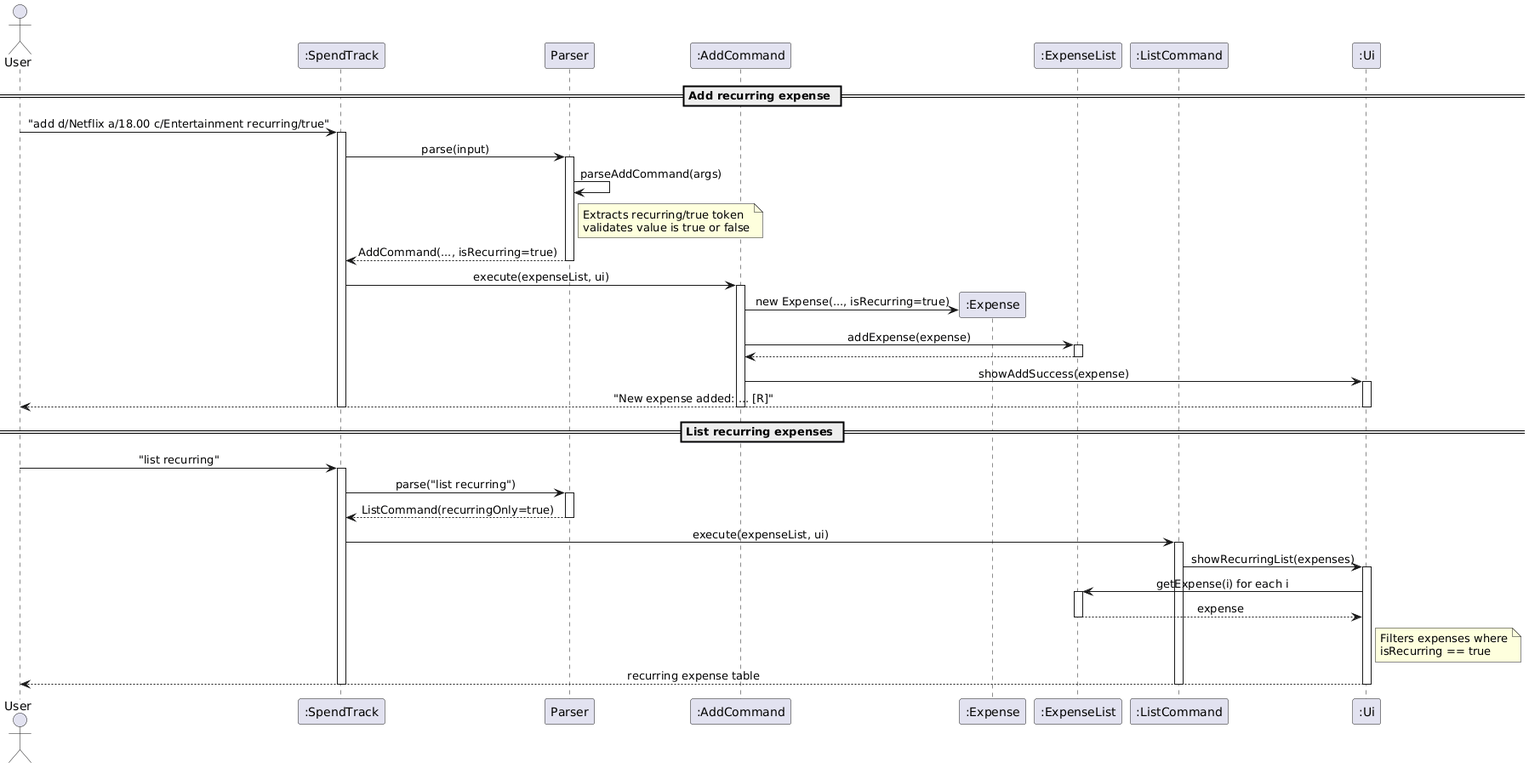
Earlier version of the PlantUML export docs/images/RecurringExpenseSequence.png (AbhijitBalajee/tp).
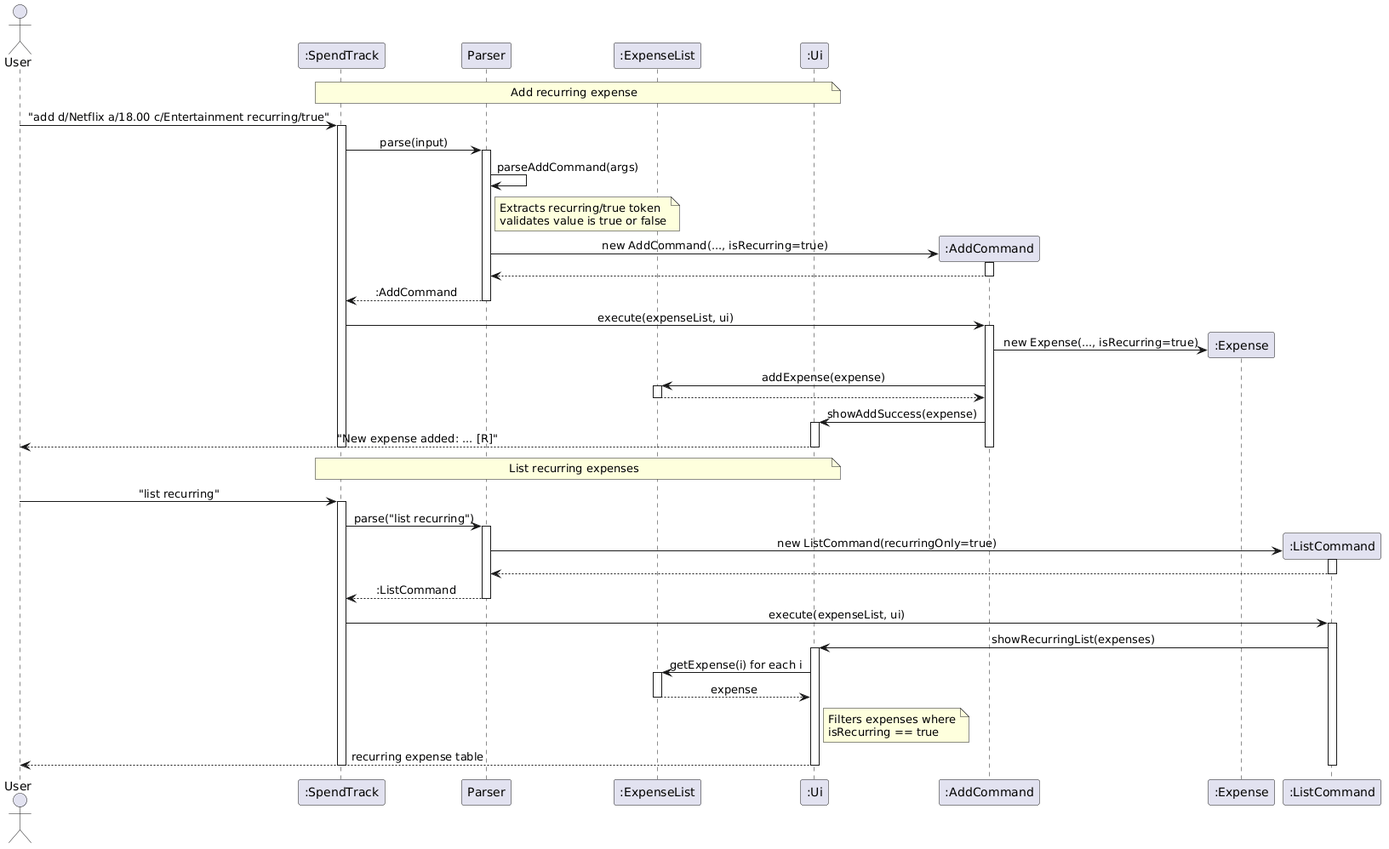
Above is the later version.

Commit message:
fix: correct UML diagram notation errors in DG sequence and class diagrams

What changed in the source:
```diff
@@ -6,13 +6,11 @@
 actor User
 participant ":SpendTrack" as ST
 participant "Parser" as P
-participant ":AddCommand" as AC
-participant ":Expense" as E
 participant ":ExpenseList" as EL
-participant ":ListCommand" as LC
 participant ":Ui" as UI
 
-== Add recurring expense ==
+note over ST, UI : Add recurring expense
+
 User -> ST : "add d/Netflix a/18.00 c/Entertainment recurring/true"
 activate ST
 ST -> P : parse(input)
@@ -22,11 +20,19 @@
     Extracts recurring/true token
     validates value is true or false
 end note
-P --> ST : AddCommand(..., isRecurring=true)
+
+create participant ":AddCommand" as AC
+P -> AC : new AddCommand(..., isRecurring=true)
+activate AC
+AC --> P
+deactivate AC
+
+P --> ST : :AddCommand
 deactivate P
+
 ST -> AC : execute(expenseList, ui)
 activate AC
-AC -> E ** : new Expense(..., isRecurring=true)
+AC -> ":Expense" as E ** : new Expense(..., isRecurring=true)
 AC -> EL : addExpense(expense)
 activate EL
 EL --> AC
@@ -38,13 +44,22 @@
 deactivate AC
 deactivate ST
 
-== List recurring expenses ==
+note over ST, UI : List recurring expenses
+
 User -> ST : "list recurring"
 activate ST
 ST -> P : parse("list recurring")
 activate P
-P --> ST : ListCommand(recurringOnly=true)
+
+create participant ":ListCommand" as LC
+P -> LC : new ListCommand(recurringOnly=true)
+activate LC
+LC --> P
+deactivate LC
+
+P --> ST : :ListCommand
 deactivate P
+
 ST -> LC : execute(expenseList, ui)
 activate LC
 LC -> UI : showRecurringList(expenses)
```
